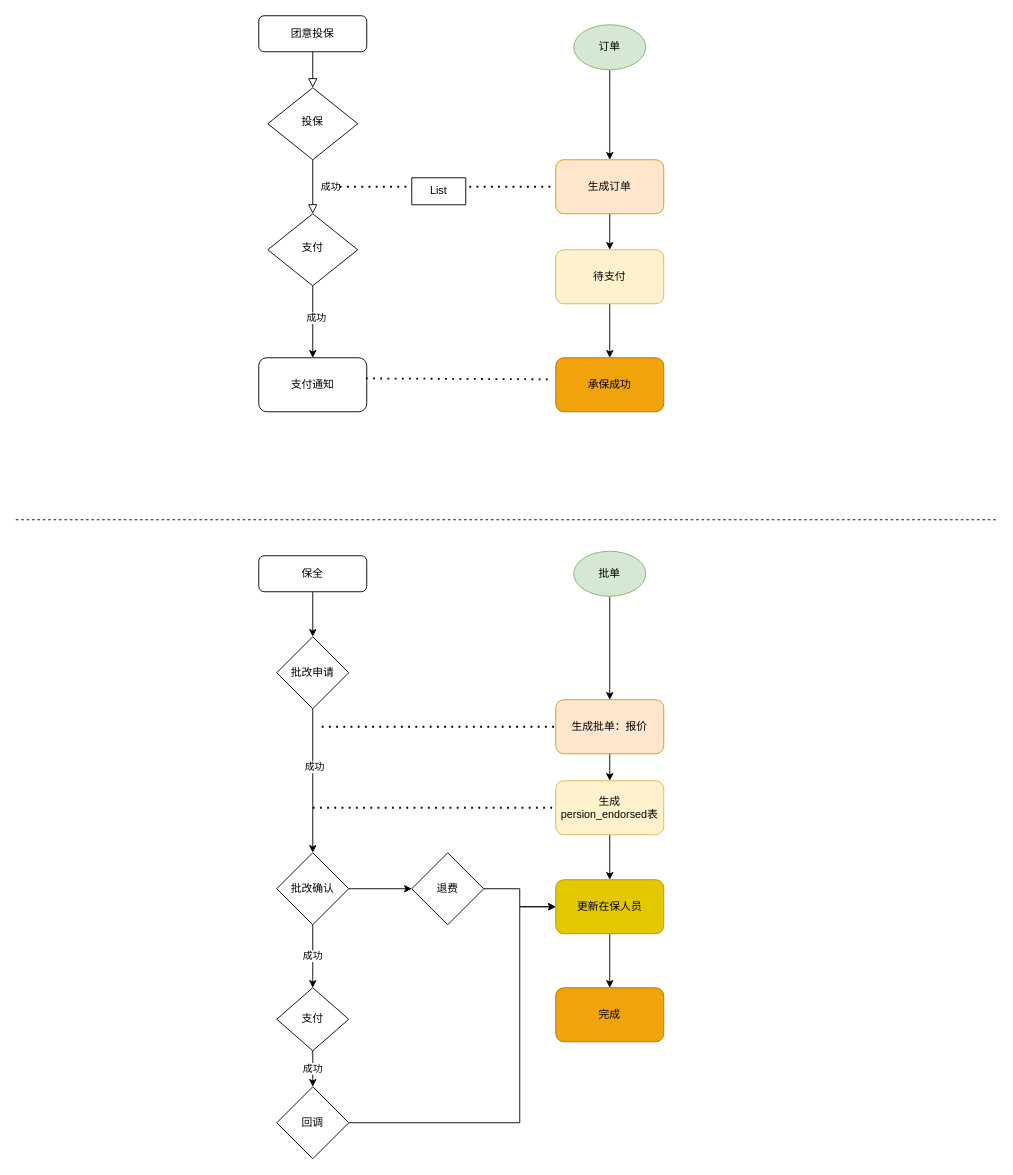
The draw.io diagram insur/pa-group.drawio in zhanghaiyang1/draw, before the edit. Source tidied: cells renumbered, new cells numbered last; positions are measured from the earlier drawing's top-left corner, leaving out a move shared by most shapes. Both pictures are drawn from the tidied source at 90%, with x=0, y=0 at pixel (15, 15).
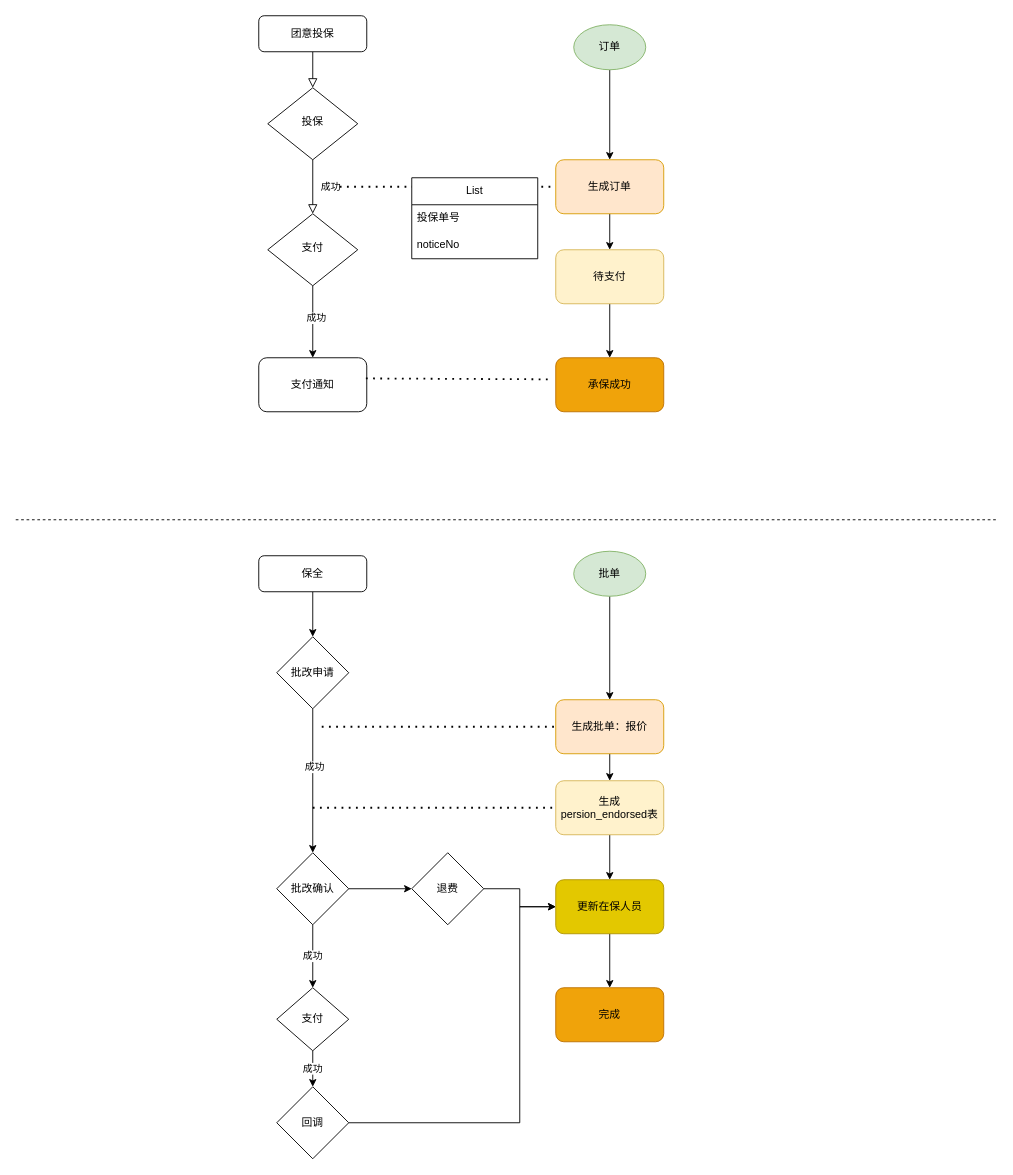
The same diagram, later.

Diff of the diagram source:
```diff
@@
-    <mxCell id="33" value="List" style="swimlane;fontStyle=0;horizontal=1;startSize=30;whiteSpace=wrap;html=1;" parent="1" vertex="1" collapsed="1">
-      <mxGeometry x="440" y="180" width="60" height="30" as="geometry" />
+    <mxCell id="33" value="List" style="swimlane;fontStyle=0;horizontal=1;startSize=30;whiteSpace=wrap;html=1;" parent="1" vertex="1">
+      <mxGeometry x="440" y="180" width="140" height="90" as="geometry" />
     </mxCell>
+    <mxCell id="46" value="投保单号" style="text;strokeColor=none;fillColor=none;align=left;verticalAlign=middle;spacingLeft=4;spacingRight=4;overflow=hidden;whiteSpace=wrap;html=1;" parent="33" vertex="1">
+      <mxGeometry y="30" width="140" height="30" as="geometry" />
+    </mxCell>
+    <mxCell id="47" value="noticeNo" style="text;strokeColor=none;fillColor=none;align=left;verticalAlign=middle;spacingLeft=4;spacingRight=4;overflow=hidden;whiteSpace=wrap;html=1;" parent="33" vertex="1">
+      <mxGeometry y="60" width="140" height="30" as="geometry" />
+    </mxCell>
```
